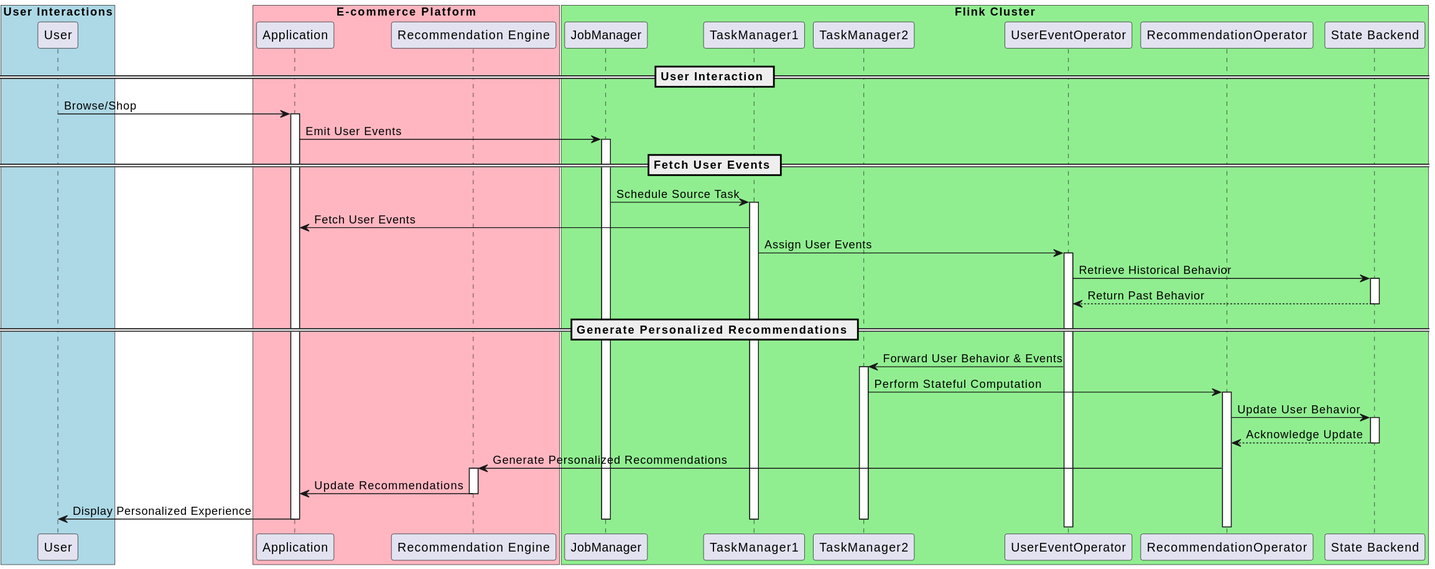
Before: Diagrams/Sequence Diagrams/UseCase2 - Stateful Computations/ecommerce_scenario_diagram.svg, a diagram exported from PlantUML (Anselmo21/EECS4314-FlinkForce). The source it was exported from:
```plantuml
@startuml
box "User Interactions" #LightBlue
  participant "User" as U
end box

box "E-commerce Platform" #LightPink
  participant "Application" as App
  participant "Recommendation Engine" as RE
end box

box "Flink Cluster" #LightGreen
  participant "JobManager" as B
  participant "TaskManager1" as C1
  participant "TaskManager2" as C2
  participant "UserEventOperator" as D1
  participant "RecommendationOperator" as D2
  participant "State Backend" as F
end box

== User Interaction ==
U -> App: Browse/Shop
activate App
App -> B: Emit User Events
activate B

== Fetch User Events ==
B -> C1: Schedule Source Task
activate C1
C1 -> App: Fetch User Events
C1 -> D1: Assign User Events
activate D1
D1 -> F: Retrieve Historical Behavior
activate F
F --> D1: Return Past Behavior
deactivate F

== Generate Personalized Recommendations ==
D1 -> C2: Forward User Behavior & Events
activate C2
C2 -> D2: Perform Stateful Computation
activate D2
D2 -> F: Update User Behavior
activate F
F --> D2: Acknowledge Update
deactivate F
D2 -> RE: Generate Personalized Recommendations
activate RE
RE -> App: Update Recommendations
deactivate RE
App -> U: Display Personalized Experience
deactivate App

deactivate B
deactivate C1
deactivate C2
@enduml
```
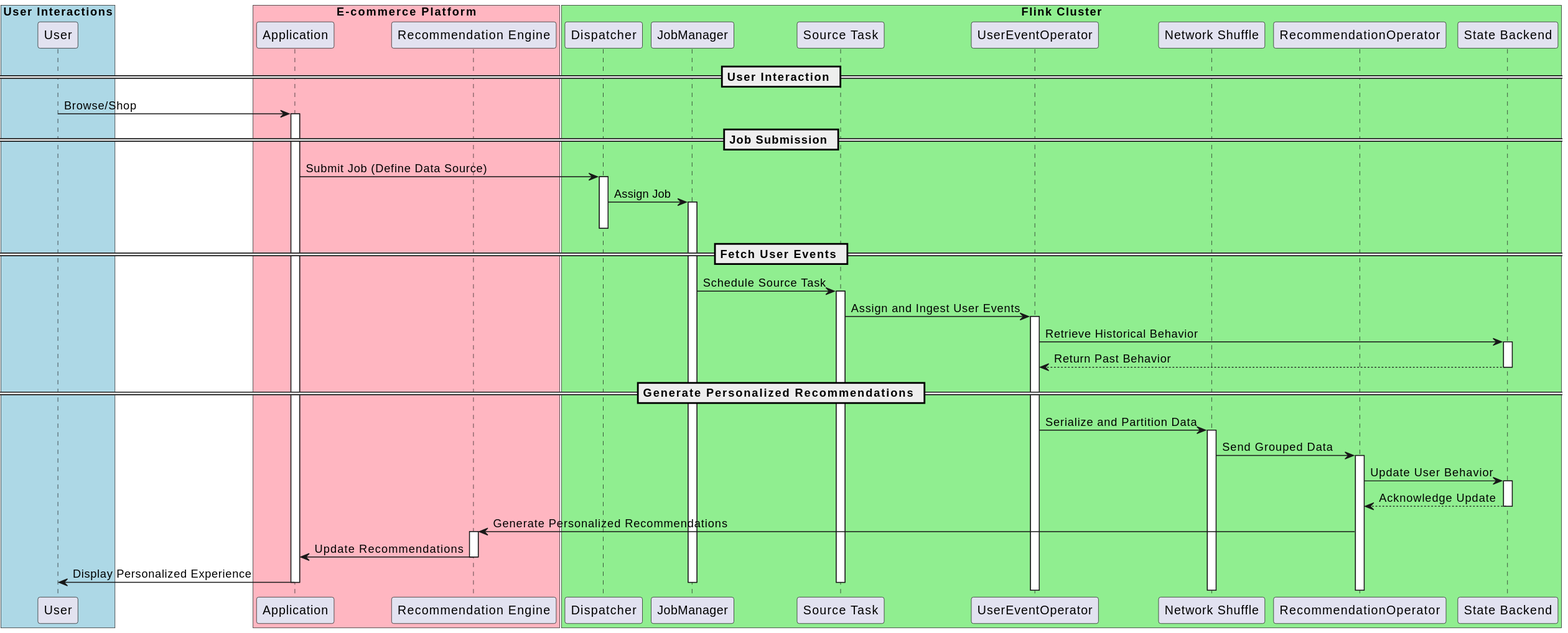
After the change.

Commit message:
updating use case 2 and 4 based on Alex's feedback

The edit, as a diff of the source:
```diff
@@ -9,10 +9,11 @@
 end box
 
 box "Flink Cluster" #LightGreen
-  participant "JobManager" as B
-  participant "TaskManager1" as C1
-  participant "TaskManager2" as C2
+  participant "Dispatcher" as DP
+  participant "JobManager" as JM
+  participant "Source Task" as ST
   participant "UserEventOperator" as D1
+  participant "Network Shuffle" as NS
   participant "RecommendationOperator" as D2
   participant "State Backend" as F
 end box
@@ -20,14 +21,18 @@
 == User Interaction ==
 U -> App: Browse/Shop
 activate App
-App -> B: Emit User Events
-activate B
+
+== Job Submission ==
+App -> DP: Submit Job (Define Data Source)
+activate DP
+DP -> JM: Assign Job
+activate JM
+deactivate DP
 
 == Fetch User Events ==
-B -> C1: Schedule Source Task
-activate C1
-C1 -> App: Fetch User Events
-C1 -> D1: Assign User Events
+JM -> ST: Schedule Source Task
+activate ST
+ST -> D1: Assign and Ingest User Events
 activate D1
 D1 -> F: Retrieve Historical Behavior
 activate F
@@ -35,9 +40,9 @@
 deactivate F
 
 == Generate Personalized Recommendations ==
-D1 -> C2: Forward User Behavior & Events
-activate C2
-C2 -> D2: Perform Stateful Computation
+D1 -> NS: Serialize and Partition Data
+activate NS
+NS -> D2: Send Grouped Data
 activate D2
 D2 -> F: Update User Behavior
 activate F
@@ -50,7 +55,6 @@
 App -> U: Display Personalized Experience
 deactivate App
 
-deactivate B
-deactivate C1
-deactivate C2
+deactivate JM
+deactivate ST
 @enduml
```
